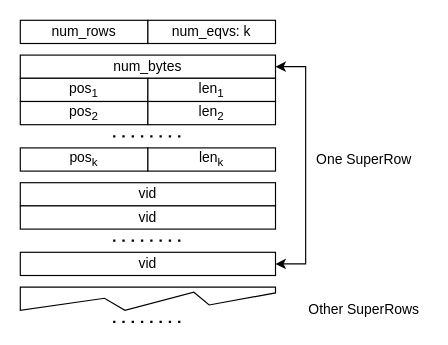
E-Neo/opgm-paper keeps this draw.io diagram as img/compress.drawio. Above is the earlier version. Source tidied: cells renumbered, new cells numbered last; positions are measured from the earlier drawing's top-left corner, leaving out a move shared by most shapes. Both pictures are drawn from the tidied source at 116%, with x=0, y=0 at pixel (20, 20).
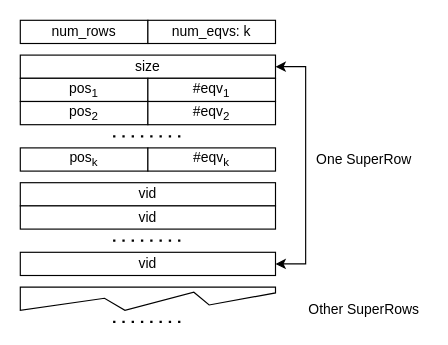
After the change.

What changed in the source:
```diff
@@
-    <mxCell id="3" value="num_bytes" style="rounded=0;whiteSpace=wrap;html=1;" parent="1" vertex="1">
+    <mxCell id="3" value="size" style="rounded=0;whiteSpace=wrap;html=1;" parent="1" vertex="1">
       <mxGeometry y="30" width="220" height="20" as="geometry" />
     </mxCell>
@@
-    <mxCell id="7" value="len&lt;sub&gt;1&lt;/sub&gt;" style="rounded=0;whiteSpace=wrap;html=1;" parent="1" vertex="1">
+    <mxCell id="7" value="#eqv&lt;sub&gt;1&lt;/sub&gt;" style="rounded=0;whiteSpace=wrap;html=1;" parent="1" vertex="1">
       <mxGeometry x="110" y="50" width="110" height="20" as="geometry" />
     </mxCell>
@@
-    <mxCell id="9" value="len&lt;sub&gt;2&lt;/sub&gt;" style="rounded=0;whiteSpace=wrap;html=1;" parent="1" vertex="1">
+    <mxCell id="9" value="#eqv&lt;sub&gt;2&lt;/sub&gt;" style="rounded=0;whiteSpace=wrap;html=1;" parent="1" vertex="1">
       <mxGeometry x="110" y="70" width="110" height="20" as="geometry" />
     </mxCell>
@@
-    <mxCell id="11" value="len&lt;sub&gt;k&lt;/sub&gt;" style="rounded=0;whiteSpace=wrap;html=1;" parent="1" vertex="1">
+    <mxCell id="11" value="#eqv&lt;sub&gt;k&lt;/sub&gt;" style="rounded=0;whiteSpace=wrap;html=1;" parent="1" vertex="1">
       <mxGeometry x="110" y="110" width="110" height="20" as="geometry" />
     </mxCell>
```
